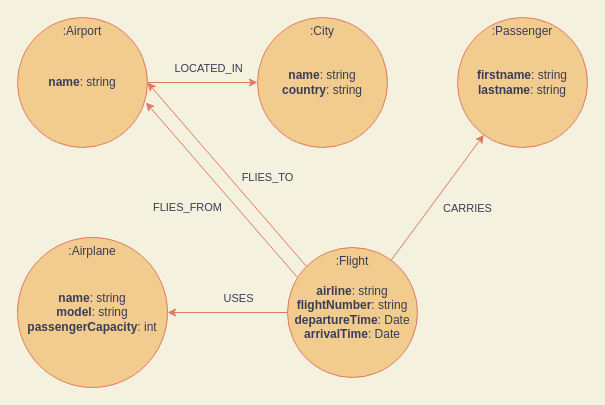
This is Flight Diagram/Flight Diagram.drawio from JonathanXDR/M165, a draw.io file, before an edit. Source tidied: cells renumbered, new cells numbered last; positions are measured from the earlier drawing's top-left corner, leaving out a move shared by most shapes. Both pictures are drawn from the tidied source at 100%, with x=0, y=0 at pixel (17, 17).
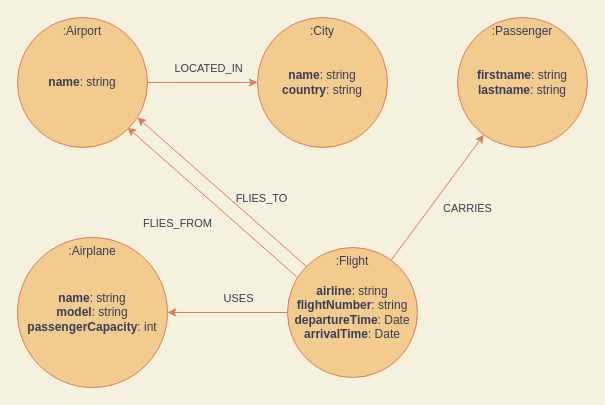
Above is the later version.

Commit message (it also covers changes not shown here):
Cleanup all files

The change refers to these unchanged cells:
```xml
<mxCell id="3" value=":Airport" style="ellipse;whiteSpace=wrap;html=1;align=center;verticalAlign=top;fillColor=#F2CC8F;strokeColor=#E07A5F;fontColor=#393C56;" parent="2" vertex="1">
  <mxGeometry width="130" height="130" as="geometry" />
</mxCell>
<mxCell id="4" value="&lt;b&gt;name&lt;/b&gt;: string&lt;br&gt;" style="text;html=1;strokeColor=none;fillColor=none;align=center;verticalAlign=middle;whiteSpace=wrap;rounded=0;fontColor=#393C56;" parent="2" vertex="1">
  <mxGeometry width="130" height="130" as="geometry" />
</mxCell>
<mxCell id="6" value=":Flight" style="ellipse;whiteSpace=wrap;html=1;align=center;verticalAlign=top;fillColor=#F2CC8F;strokeColor=#E07A5F;fontColor=#393C56;" parent="5" vertex="1">
  <mxGeometry x="50" y="10" width="130" height="130" as="geometry" />
</mxCell>
```

Diff of the diagram source:
```diff
@@
-    <mxCell id="13" style="edgeStyle=none;rounded=0;jettySize=auto;html=1;entryX=0.988;entryY=0.654;entryDx=0;entryDy=0;entryPerimeter=0;labelBackgroundColor=#F4F1DE;strokeColor=#E07A5F;fontColor=#393C56;" parent="1" edge="1" target="3">
+    <mxCell id="13" style="edgeStyle=none;rounded=0;jettySize=auto;html=1;entryX=0.846;entryY=0.846;entryDx=0;entryDy=0;entryPerimeter=0;labelBackgroundColor=#F4F1DE;strokeColor=#E07A5F;fontColor=#393C56;" parent="1" edge="1" target="4">
       <mxGeometry relative="1" as="geometry">
         <mxPoint x="280" y="260" as="sourcePoint" />
       </mxGeometry>
     </mxCell>
@@
-    <mxCell id="15" style="edgeStyle=none;rounded=0;jettySize=auto;html=1;exitX=0;exitY=0;exitDx=0;exitDy=0;labelBackgroundColor=#F4F1DE;strokeColor=#E07A5F;fontColor=#393C56;entryX=1;entryY=0.5;entryDx=0;entryDy=0;" parent="1" edge="1" source="6" target="4">
+    <mxCell id="15" style="edgeStyle=none;rounded=0;jettySize=auto;html=1;exitX=0;exitY=0;exitDx=0;exitDy=0;labelBackgroundColor=#F4F1DE;strokeColor=#E07A5F;fontColor=#393C56;entryX=0.923;entryY=0.769;entryDx=0;entryDy=0;entryPerimeter=0;" parent="1" edge="1" source="6" target="4">
       <mxGeometry relative="1" as="geometry" />
     </mxCell>
```
